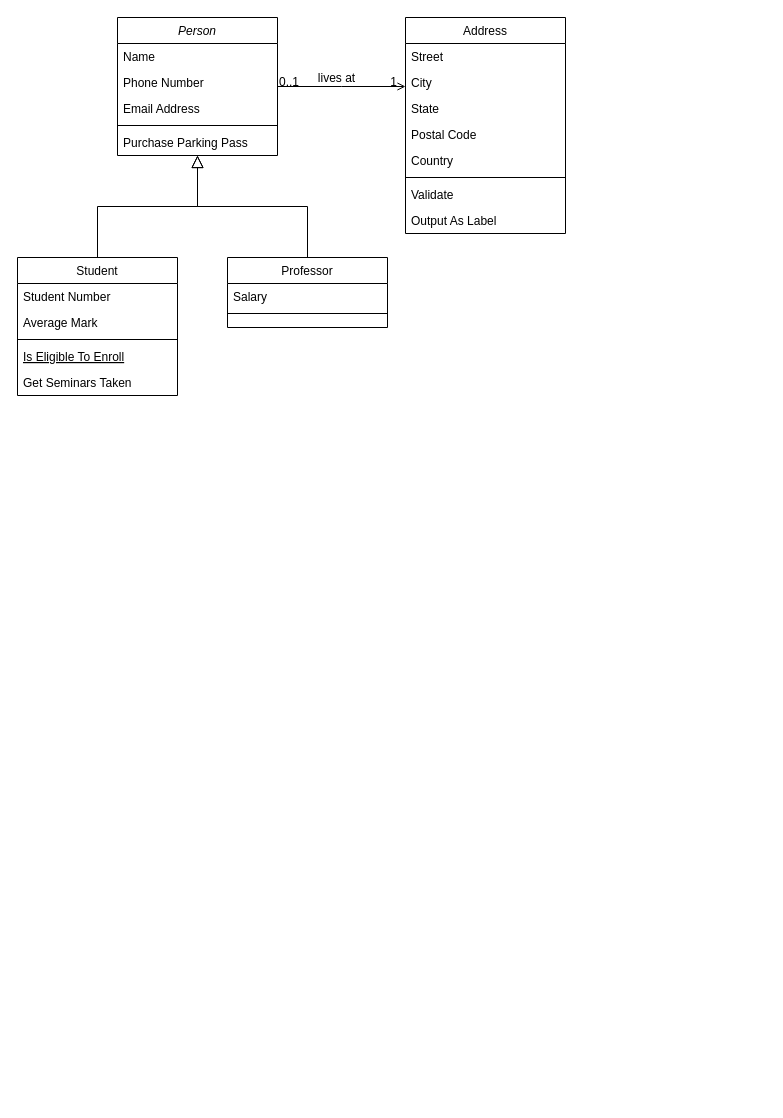
The draw.io diagram 未命名绘图.drawio in wsy5555621/diagrams, before the edit. Source tidied: cells renumbered, new cells numbered last; positions are measured from the earlier drawing's top-left corner, leaving out a move shared by most shapes. Both pictures are drawn from the tidied source at 100%, with x=0, y=0 at pixel (17, 17).
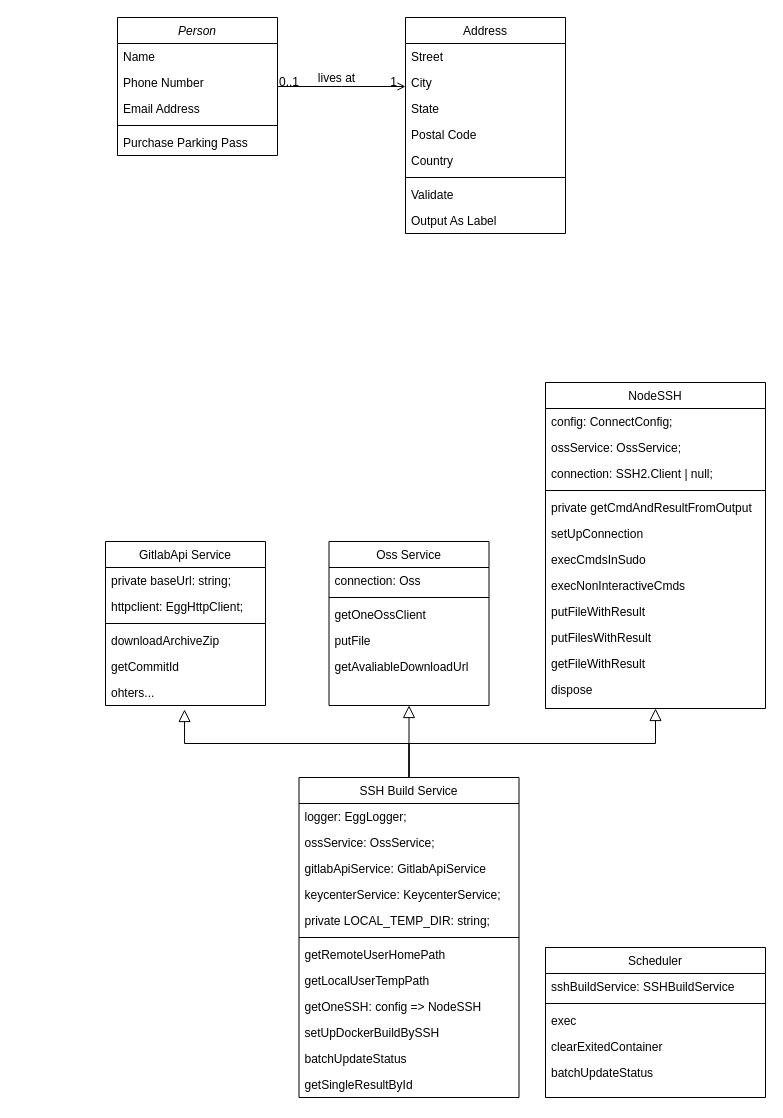
Above is the later version.

Commit message:
更新未命名绘图.drawio

The change refers to these unchanged cells:
```xml
<mxCell id="2" value="Person" style="swimlane;fontStyle=2;align=center;verticalAlign=top;horizontal=1;startSize=26;rounded=0;shadow=0;strokeWidth=1;" parent="1" vertex="1">
  <mxGeometry x="100" width="160" height="138" as="geometry" />
</mxCell>
```

What changed in the source:
```diff
@@
-    <mxCell id="8" value="Student" style="swimlane;fontStyle=0;align=center;verticalAlign=top;horizontal=1;startSize=26;rounded=0;shadow=0;strokeWidth=1;" parent="1" vertex="1">
-      <mxGeometry y="240" width="160" height="138" as="geometry" />
-    </mxCell>
-    <mxCell id="9" value="Student Number" style="text;align=left;verticalAlign=top;spacingLeft=4;spacingRight=4;overflow=hidden;" parent="8" vertex="1">
-      <mxGeometry y="26" width="160" height="26" as="geometry" />
-    </mxCell>
-    <mxCell id="10" value="Average Mark" style="text;align=left;verticalAlign=top;spacingLeft=4;spacingRight=4;overflow=hidden;rounded=0;shadow=0;html=0;" parent="8" vertex="1">
-      <mxGeometry y="52" width="160" height="26" as="geometry" />
-    </mxCell>
-    <mxCell id="11" style="line;html=1;strokeWidth=1;align=left;verticalAlign=middle;spacingTop=-1;spacingLeft=3;spacingRight=3;labelPosition=right;" parent="8" vertex="1">
-      <mxGeometry y="78" width="160" height="8" as="geometry" />
-    </mxCell>
-    <mxCell id="12" value="Is Eligible To Enroll" style="text;align=left;verticalAlign=top;spacingLeft=4;spacingRight=4;overflow=hidden;fontStyle=4;" parent="8" vertex="1">
-      <mxGeometry y="86" width="160" height="26" as="geometry" />
-    </mxCell>
-    <mxCell id="13" value="Get Seminars Taken" style="text;align=left;verticalAlign=top;spacingLeft=4;spacingRight=4;overflow=hidden;" parent="8" vertex="1">
-      <mxGeometry y="112" width="160" height="26" as="geometry" />
-    </mxCell>
-    <mxCell id="14" style="endArrow=block;endSize=10;endFill=0;shadow=0;strokeWidth=1;rounded=0;edgeStyle=elbowEdgeStyle;elbow=vertical;" parent="1" edge="1" source="8" target="2">
-      <mxGeometry relative="1" as="geometry" />
-    </mxCell>
-    <mxCell id="15" value="Professor" style="swimlane;fontStyle=0;align=center;verticalAlign=top;horizontal=1;startSize=26;rounded=0;shadow=0;strokeWidth=1;" parent="1" vertex="1">
-      <mxGeometry x="210" y="240" width="160" height="70" as="geometry" />
-    </mxCell>
-    <mxCell id="16" value="Salary" style="text;align=left;verticalAlign=top;spacingLeft=4;spacingRight=4;overflow=hidden;" parent="15" vertex="1">
-      <mxGeometry y="26" width="160" height="26" as="geometry" />
-    </mxCell>
-    <mxCell id="17" style="line;html=1;strokeWidth=1;align=left;verticalAlign=middle;spacingTop=-1;spacingLeft=3;spacingRight=3;labelPosition=right;" parent="15" vertex="1">
-      <mxGeometry y="52" width="160" height="8" as="geometry" />
-    </mxCell>
-    <mxCell id="18" style="endArrow=block;endSize=10;endFill=0;shadow=0;strokeWidth=1;rounded=0;edgeStyle=elbowEdgeStyle;elbow=vertical;" parent="1" edge="1" source="15" target="2">
-      <mxGeometry relative="1" as="geometry" />
-    </mxCell>
@@
+    <mxCell id="32" value="Oss Service" style="swimlane;fontStyle=0;align=center;verticalAlign=top;horizontal=1;startSize=26;rounded=0;shadow=0;strokeWidth=1;" parent="1" vertex="1">
+      <mxGeometry x="311.5" y="524" width="160" height="164" as="geometry" />
+    </mxCell>
+    <mxCell id="33" value="connection: Oss" style="text;align=left;verticalAlign=top;spacingLeft=4;spacingRight=4;overflow=hidden;" parent="32" vertex="1">
+      <mxGeometry y="26" width="160" height="26" as="geometry" />
+    </mxCell>
+    <mxCell id="17" style="line;html=1;strokeWidth=1;align=left;verticalAlign=middle;spacingTop=-1;spacingLeft=3;spacingRight=3;labelPosition=right;" parent="32" vertex="1">
+      <mxGeometry y="52" width="160" height="8" as="geometry" />
+    </mxCell>
+    <mxCell id="34" value="getOneOssClient" style="text;align=left;verticalAlign=top;spacingLeft=4;spacingRight=4;overflow=hidden;" parent="32" vertex="1">
+      <mxGeometry y="60" width="160" height="26" as="geometry" />
+    </mxCell>
+    <mxCell id="35" value="putFile" style="text;align=left;verticalAlign=top;spacingLeft=4;spacingRight=4;overflow=hidden;" parent="32" vertex="1">
+      <mxGeometry y="86" width="160" height="26" as="geometry" />
+    </mxCell>
+    <mxCell id="36" value="getAvaliableDownloadUrl&#10;" style="text;align=left;verticalAlign=top;spacingLeft=4;spacingRight=4;overflow=hidden;" parent="32" vertex="1">
+      <mxGeometry y="112" width="160" height="26" as="geometry" />
+    </mxCell>
+    <mxCell id="37" value="GitlabApi Service" style="swimlane;fontStyle=0;align=center;verticalAlign=top;horizontal=1;startSize=26;rounded=0;shadow=0;strokeWidth=1;" parent="1" vertex="1">
+      <mxGeometry x="88" y="524" width="160" height="164" as="geometry" />
+    </mxCell>
+    <mxCell id="38" value="private baseUrl: string;" style="text;align=left;verticalAlign=top;spacingLeft=4;spacingRight=4;overflow=hidden;" parent="37" vertex="1">
+      <mxGeometry y="26" width="160" height="26" as="geometry" />
+    </mxCell>
+    <mxCell id="39" value="httpclient: EggHttpClient;" style="text;align=left;verticalAlign=top;spacingLeft=4;spacingRight=4;overflow=hidden;" parent="37" vertex="1">
+      <mxGeometry y="52" width="160" height="26" as="geometry" />
+    </mxCell>
+    <mxCell id="11" style="line;html=1;strokeWidth=1;align=left;verticalAlign=middle;spacingTop=-1;spacingLeft=3;spacingRight=3;labelPosition=right;" parent="37" vertex="1">
+      <mxGeometry y="78" width="160" height="8" as="geometry" />
+    </mxCell>
+    <mxCell id="40" value="downloadArchiveZip" style="text;align=left;verticalAlign=top;spacingLeft=4;spacingRight=4;overflow=hidden;" parent="37" vertex="1">
+      <mxGeometry y="86" width="160" height="26" as="geometry" />
+    </mxCell>
+    <mxCell id="41" value="getCommitId" style="text;align=left;verticalAlign=top;spacingLeft=4;spacingRight=4;overflow=hidden;" parent="37" vertex="1">
+      <mxGeometry y="112" width="160" height="26" as="geometry" />
+    </mxCell>
+    <mxCell id="42" value="ohters..." style="text;align=left;verticalAlign=top;spacingLeft=4;spacingRight=4;overflow=hidden;points=[[0,0.5],[1,0.5]];portConstraint=eastwest;" parent="37" vertex="1">
+      <mxGeometry y="138" width="160" height="26" as="geometry" />
+    </mxCell>
+    <mxCell id="43" value="NodeSSH" style="swimlane;fontStyle=0;align=center;verticalAlign=top;horizontal=1;startSize=26;rounded=0;shadow=0;strokeWidth=1;" parent="1" vertex="1">
+      <mxGeometry x="528" y="365" width="220" height="326" as="geometry" />
+    </mxCell>
+    <mxCell id="44" value="config: ConnectConfig;" style="text;align=left;verticalAlign=top;spacingLeft=4;spacingRight=4;overflow=hidden;" parent="43" vertex="1">
+      <mxGeometry y="26" width="220" height="26" as="geometry" />
+    </mxCell>
+    <mxCell id="45" value="ossService: OssService;" style="text;align=left;verticalAlign=top;spacingLeft=4;spacingRight=4;overflow=hidden;rounded=0;shadow=0;html=0;" parent="43" vertex="1">
+      <mxGeometry y="52" width="220" height="26" as="geometry" />
+    </mxCell>
+    <mxCell id="46" value="connection: SSH2.Client | null;" style="text;align=left;verticalAlign=top;spacingLeft=4;spacingRight=4;overflow=hidden;rounded=0;shadow=0;html=0;" parent="43" vertex="1">
+      <mxGeometry y="78" width="220" height="26" as="geometry" />
+    </mxCell>
+    <mxCell id="47" style="line;html=1;strokeWidth=1;align=left;verticalAlign=middle;spacingTop=-1;spacingLeft=3;spacingRight=3;labelPosition=right;" parent="43" vertex="1">
+      <mxGeometry y="104" width="220" height="8" as="geometry" />
+    </mxCell>
+    <mxCell id="48" value="private getCmdAndResultFromOutput" style="text;align=left;verticalAlign=top;spacingLeft=4;spacingRight=4;overflow=hidden;" parent="43" vertex="1">
+      <mxGeometry y="112" width="220" height="26" as="geometry" />
+    </mxCell>
+    <mxCell id="49" value="setUpConnection" style="text;align=left;verticalAlign=top;spacingLeft=4;spacingRight=4;overflow=hidden;" parent="43" vertex="1">
+      <mxGeometry y="138" width="220" height="26" as="geometry" />
+    </mxCell>
+    <mxCell id="50" value="execCmdsInSudo" style="text;align=left;verticalAlign=top;spacingLeft=4;spacingRight=4;overflow=hidden;" parent="43" vertex="1">
+      <mxGeometry y="164" width="220" height="26" as="geometry" />
+    </mxCell>
+    <mxCell id="51" value="execNonInteractiveCmds" style="text;align=left;verticalAlign=top;spacingLeft=4;spacingRight=4;overflow=hidden;" parent="43" vertex="1">
+      <mxGeometry y="190" width="220" height="26" as="geometry" />
+    </mxCell>
+    <mxCell id="52" value="putFileWithResult" style="text;align=left;verticalAlign=top;spacingLeft=4;spacingRight=4;overflow=hidden;" parent="43" vertex="1">
+      <mxGeometry y="216" width="220" height="26" as="geometry" />
+    </mxCell>
+    <mxCell id="53" value="putFilesWithResult" style="text;align=left;verticalAlign=top;spacingLeft=4;spacingRight=4;overflow=hidden;" parent="43" vertex="1">
+      <mxGeometry y="242" width="220" height="26" as="geometry" />
+    </mxCell>
+    <mxCell id="54" value="getFileWithResult" style="text;align=left;verticalAlign=top;spacingLeft=4;spacingRight=4;overflow=hidden;" parent="43" vertex="1">
+      <mxGeometry y="268" width="220" height="26" as="geometry" />
+    </mxCell>
+    <mxCell id="55" value="dispose" style="text;align=left;verticalAlign=top;spacingLeft=4;spacingRight=4;overflow=hidden;" parent="43" vertex="1">
+      <mxGeometry y="294" width="220" height="26" as="geometry" />
+    </mxCell>
+    <mxCell id="56" value="SSH Build Service" style="swimlane;fontStyle=0;align=center;verticalAlign=top;horizontal=1;startSize=26;rounded=0;shadow=0;strokeWidth=1;" parent="1" vertex="1">
+      <mxGeometry x="281.5" y="760" width="220" height="320" as="geometry" />
+    </mxCell>
+    <mxCell id="57" value="logger: EggLogger;" style="text;align=left;verticalAlign=top;spacingLeft=4;spacingRight=4;overflow=hidden;" parent="56" vertex="1">
+      <mxGeometry y="26" width="220" height="26" as="geometry" />
+    </mxCell>
+    <mxCell id="58" value="ossService: OssService;" style="text;align=left;verticalAlign=top;spacingLeft=4;spacingRight=4;overflow=hidden;rounded=0;shadow=0;html=0;" parent="56" vertex="1">
+      <mxGeometry y="52" width="220" height="26" as="geometry" />
+    </mxCell>
+    <mxCell id="59" value="gitlabApiService: GitlabApiService" style="text;align=left;verticalAlign=top;spacingLeft=4;spacingRight=4;overflow=hidden;rounded=0;shadow=0;html=0;" parent="56" vertex="1">
+      <mxGeometry y="78" width="220" height="26" as="geometry" />
+    </mxCell>
+    <mxCell id="60" value="keycenterService: KeycenterService;" style="text;align=left;verticalAlign=top;spacingLeft=4;spacingRight=4;overflow=hidden;rounded=0;shadow=0;html=0;" parent="56" vertex="1">
+      <mxGeometry y="104" width="220" height="26" as="geometry" />
+    </mxCell>
+    <mxCell id="61" value="private LOCAL_TEMP_DIR: string;" style="text;align=left;verticalAlign=top;spacingLeft=4;spacingRight=4;overflow=hidden;rounded=0;shadow=0;html=0;" parent="56" vertex="1">
+      <mxGeometry y="130" width="220" height="26" as="geometry" />
+    </mxCell>
+    <mxCell id="62" style="line;html=1;strokeWidth=1;align=left;verticalAlign=middle;spacingTop=-1;spacingLeft=3;spacingRight=3;labelPosition=right;" parent="56" vertex="1">
+      <mxGeometry y="156" width="220" height="8" as="geometry" />
+    </mxCell>
+    <mxCell id="63" value="getRemoteUserHomePath" style="text;align=left;verticalAlign=top;spacingLeft=4;spacingRight=4;overflow=hidden;" parent="56" vertex="1">
+      <mxGeometry y="164" width="220" height="26" as="geometry" />
+    </mxCell>
+    <mxCell id="64" value="getLocalUserTempPath" style="text;align=left;verticalAlign=top;spacingLeft=4;spacingRight=4;overflow=hidden;" parent="56" vertex="1">
+      <mxGeometry y="190" width="220" height="26" as="geometry" />
+    </mxCell>
+    <mxCell id="65" value="getOneSSH: config =&gt; NodeSSH" style="text;align=left;verticalAlign=top;spacingLeft=4;spacingRight=4;overflow=hidden;" parent="56" vertex="1">
+      <mxGeometry y="216" width="220" height="26" as="geometry" />
+    </mxCell>
+    <mxCell id="66" value="setUpDockerBuildBySSH" style="text;align=left;verticalAlign=top;spacingLeft=4;spacingRight=4;overflow=hidden;" parent="56" vertex="1">
+      <mxGeometry y="242" width="220" height="26" as="geometry" />
+    </mxCell>
+    <mxCell id="67" value="batchUpdateStatus" style="text;align=left;verticalAlign=top;spacingLeft=4;spacingRight=4;overflow=hidden;" parent="56" vertex="1">
+      <mxGeometry y="268" width="220" height="26" as="geometry" />
+    </mxCell>
+    <mxCell id="68" value="getSingleResultById&#10;" style="text;align=left;verticalAlign=top;spacingLeft=4;spacingRight=4;overflow=hidden;" parent="56" vertex="1">
+      <mxGeometry y="294" width="220" height="26" as="geometry" />
+    </mxCell>
+    <mxCell id="69" value="Scheduler" style="swimlane;fontStyle=0;align=center;verticalAlign=top;horizontal=1;startSize=26;rounded=0;shadow=0;strokeWidth=1;" parent="1" vertex="1">
+      <mxGeometry x="528" y="930" width="220" height="150" as="geometry" />
+    </mxCell>
+    <mxCell id="70" value="sshBuildService: SSHBuildService" style="text;align=left;verticalAlign=top;spacingLeft=4;spacingRight=4;overflow=hidden;" parent="69" vertex="1">
+      <mxGeometry y="26" width="220" height="26" as="geometry" />
+    </mxCell>
+    <mxCell id="71" style="line;html=1;strokeWidth=1;align=left;verticalAlign=middle;spacingTop=-1;spacingLeft=3;spacingRight=3;labelPosition=right;" parent="69" vertex="1">
+      <mxGeometry y="52" width="220" height="8" as="geometry" />
+    </mxCell>
+    <mxCell id="72" value="exec" style="text;align=left;verticalAlign=top;spacingLeft=4;spacingRight=4;overflow=hidden;" parent="69" vertex="1">
+      <mxGeometry y="60" width="220" height="26" as="geometry" />
+    </mxCell>
+    <mxCell id="73" value="clearExitedContainer" style="text;align=left;verticalAlign=top;spacingLeft=4;spacingRight=4;overflow=hidden;" parent="69" vertex="1">
+      <mxGeometry y="86" width="220" height="26" as="geometry" />
+    </mxCell>
+    <mxCell id="74" value="batchUpdateStatus" style="text;align=left;verticalAlign=top;spacingLeft=4;spacingRight=4;overflow=hidden;" parent="69" vertex="1">
+      <mxGeometry y="112" width="220" height="26" as="geometry" />
+    </mxCell>
+    <mxCell id="75" style="endArrow=block;endSize=10;endFill=0;shadow=0;strokeWidth=1;rounded=0;edgeStyle=elbowEdgeStyle;elbow=vertical;exitX=0.5;exitY=0;exitDx=0;exitDy=0;entryX=0.5;entryY=1;entryDx=0;entryDy=0;" parent="1" edge="1" source="56" target="32">
+      <mxGeometry relative="1" as="geometry" />
+    </mxCell>
+    <mxCell id="76" style="endArrow=block;endSize=10;endFill=0;shadow=0;strokeWidth=1;rounded=0;edgeStyle=elbowEdgeStyle;elbow=vertical;entryX=0.494;entryY=1.154;entryDx=0;entryDy=0;entryPerimeter=0;" parent="1" edge="1" source="56" target="42">
+      <mxGeometry relative="1" as="geometry" />
+    </mxCell>
+    <mxCell id="77" style="endArrow=block;endSize=10;endFill=0;shadow=0;strokeWidth=1;rounded=0;edgeStyle=elbowEdgeStyle;elbow=vertical;exitX=0.5;exitY=0;exitDx=0;exitDy=0;entryX=0.5;entryY=1;entryDx=0;entryDy=0;" parent="1" edge="1" source="56" target="43">
+      <mxGeometry relative="1" as="geometry" />
+    </mxCell>
```
